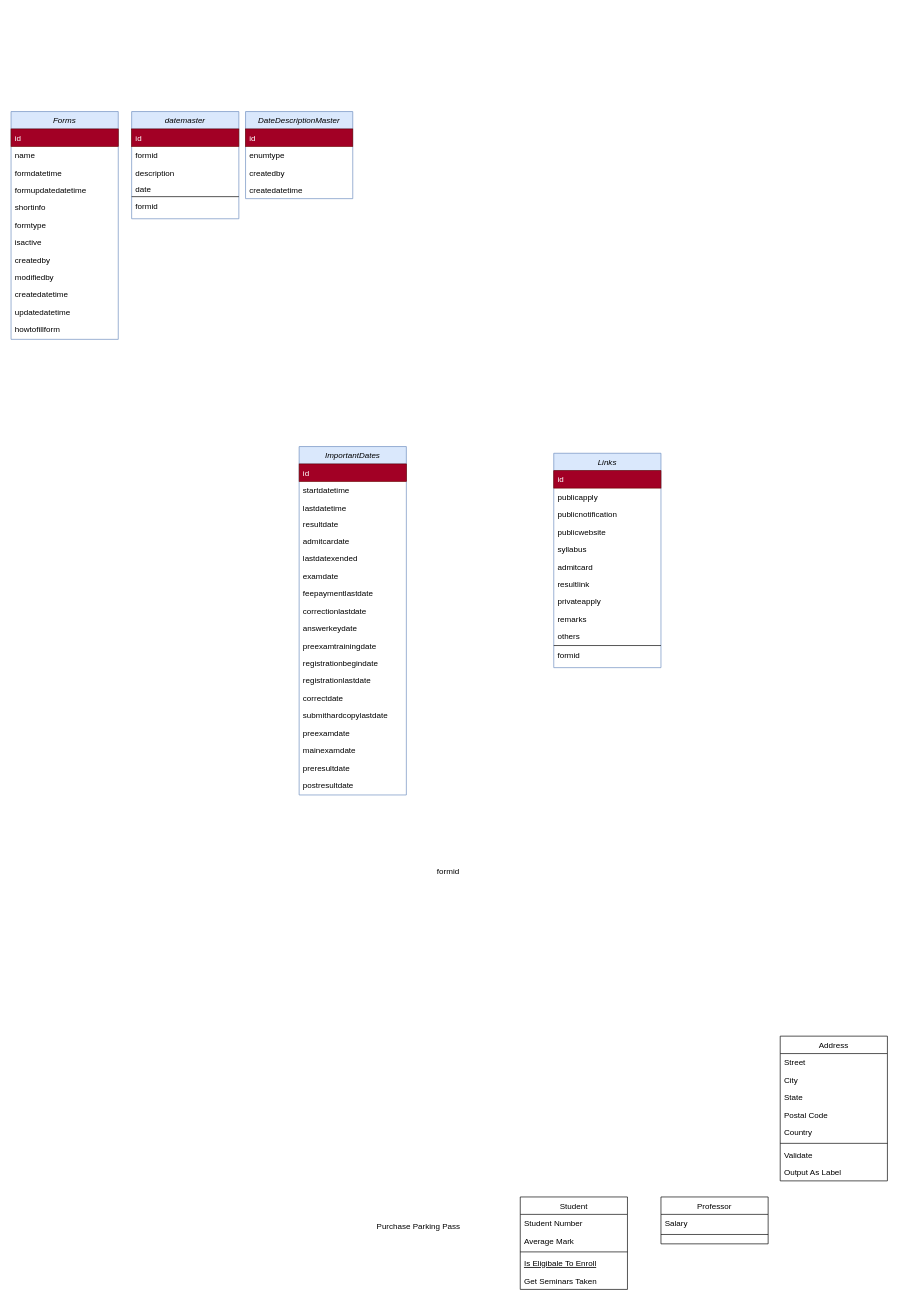
The draw.io diagram db/Untitled Diagram.drawio in mrvishalagrawal/easy-portal, before the edit. Source tidied: cells renumbered, new cells numbered last; positions are measured from the earlier drawing's top-left corner, leaving out a move shared by most shapes. Both pictures are drawn from the tidied source at 67%, with x=0, y=0 at pixel (11, 111).
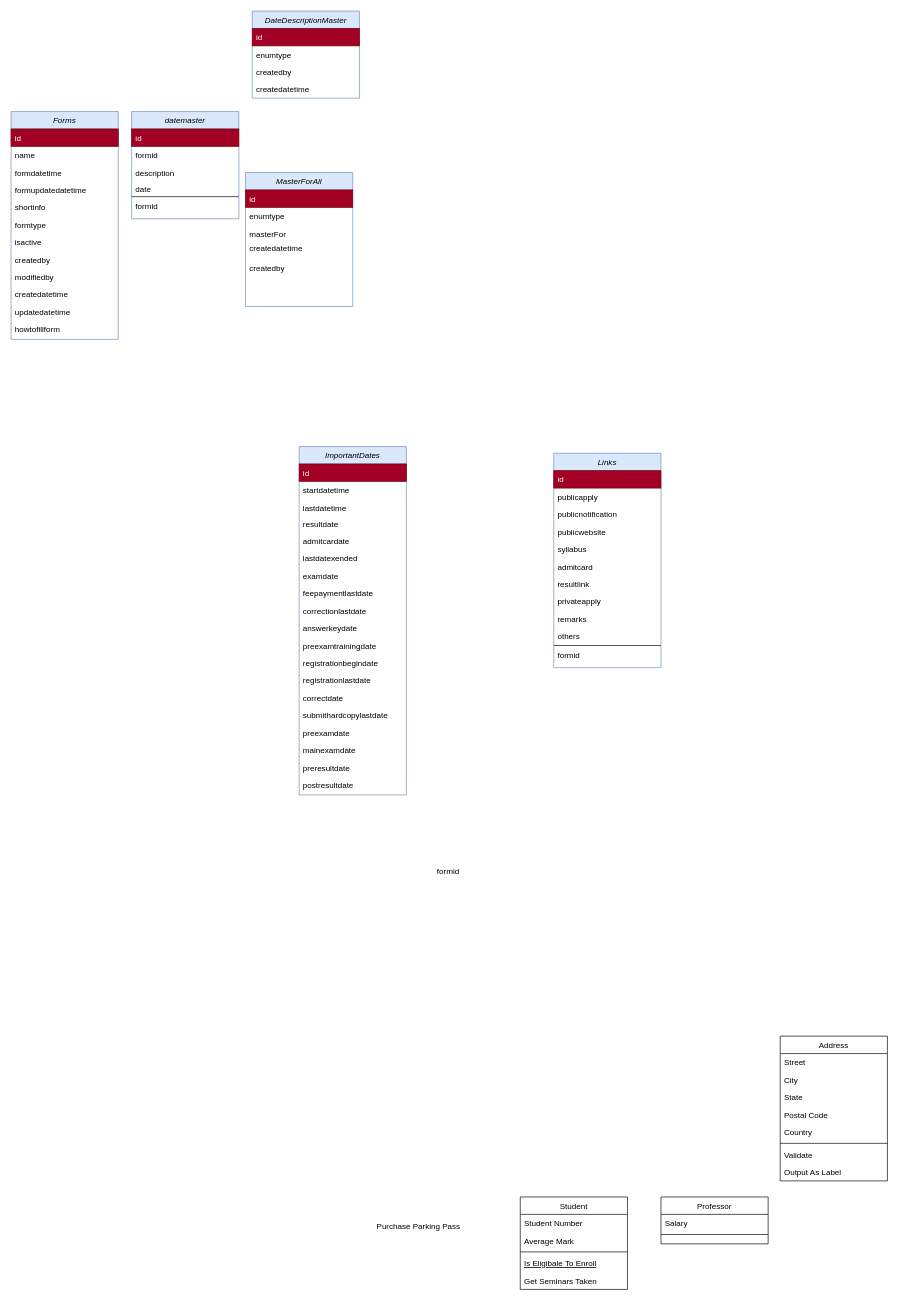
The same page after the edit.

Diff of the diagram source:
```diff
@@
     <mxCell id="75" value="DateDescriptionMaster" style="swimlane;fontStyle=2;align=center;verticalAlign=top;horizontal=1;startSize=26;rounded=0;shadow=0;strokeWidth=1;fillColor=#dae8fc;strokeColor=#6c8ebf;" parent="1" vertex="1">
-      <mxGeometry x="350" width="160" height="130" as="geometry" />
+      <mxGeometry x="360" y="-150" width="160" height="130" as="geometry" />
     </mxCell>
@@
+    <mxCell id="80" value="MasterForAll" style="swimlane;fontStyle=2;align=center;verticalAlign=top;horizontal=1;startSize=26;rounded=0;shadow=0;strokeWidth=1;fillColor=#dae8fc;strokeColor=#6c8ebf;" parent="1" vertex="1">
+      <mxGeometry x="350" y="91" width="160" height="200" as="geometry" />
+    </mxCell>
+    <mxCell id="81" value="id" style="text;align=left;verticalAlign=top;spacingLeft=4;spacingRight=4;overflow=hidden;fillColor=#a20025;strokeColor=#6F0000;fontColor=#ffffff;" parent="80" vertex="1">
+      <mxGeometry y="26" width="160" height="26" as="geometry" />
+    </mxCell>
+    <mxCell id="82" value="enumtype" style="text;align=left;verticalAlign=top;spacingLeft=4;spacingRight=4;overflow=hidden;rounded=0;shadow=0;html=0;" parent="80" vertex="1">
+      <mxGeometry y="52" width="160" height="26" as="geometry" />
+    </mxCell>
+    <mxCell id="83" value="masterFor" style="text;align=left;verticalAlign=top;spacingLeft=4;spacingRight=4;overflow=hidden;rounded=0;shadow=0;html=0;" parent="80" vertex="1">
+      <mxGeometry y="78" width="160" height="22" as="geometry" />
+    </mxCell>
+    <mxCell id="84" value="createdatetime" style="text;align=left;verticalAlign=top;spacingLeft=4;spacingRight=4;overflow=hidden;rounded=0;shadow=0;html=0;" parent="80" vertex="1">
+      <mxGeometry y="100" width="160" height="30" as="geometry" />
+    </mxCell>
+    <mxCell id="85" value="createdby" style="text;align=left;verticalAlign=top;spacingLeft=4;spacingRight=4;overflow=hidden;rounded=0;shadow=0;html=0;" parent="80" vertex="1">
+      <mxGeometry y="130" width="160" height="30" as="geometry" />
+    </mxCell>
```
